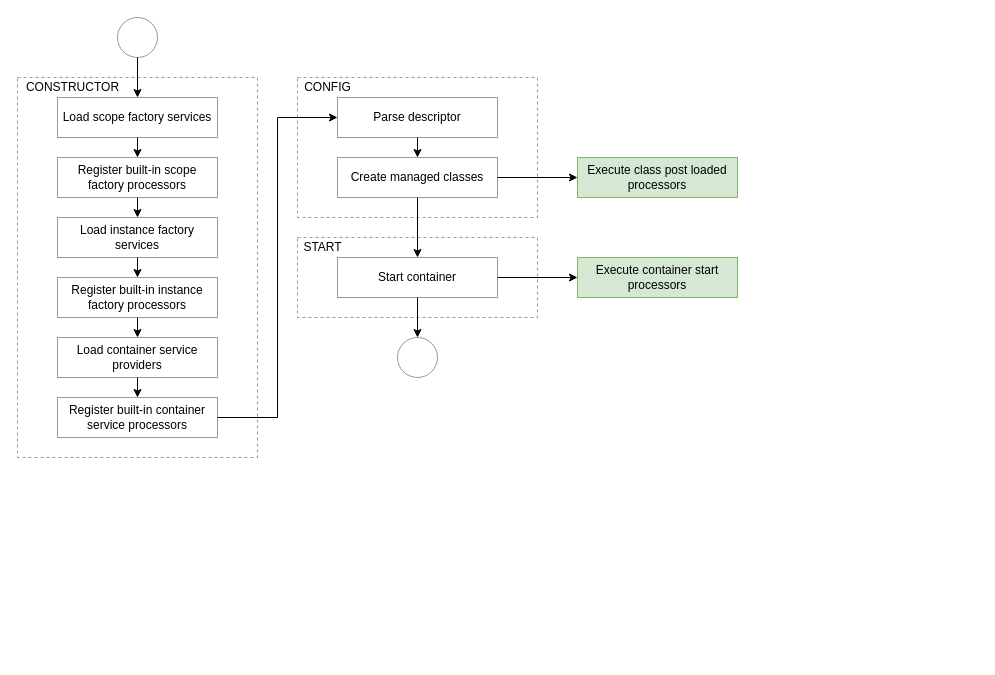
js-lib-com/tiny-container keeps this draw.io diagram as page "Container Start" (5 of 9) of docs/container.drawio. Above is the earlier version. Source tidied: cells renumbered, new cells numbered last; positions are measured from the earlier drawing's top-left corner, leaving out a move shared by most shapes. Both pictures are drawn from the tidied source at 100%, with x=0, y=0 at pixel (17, 17).
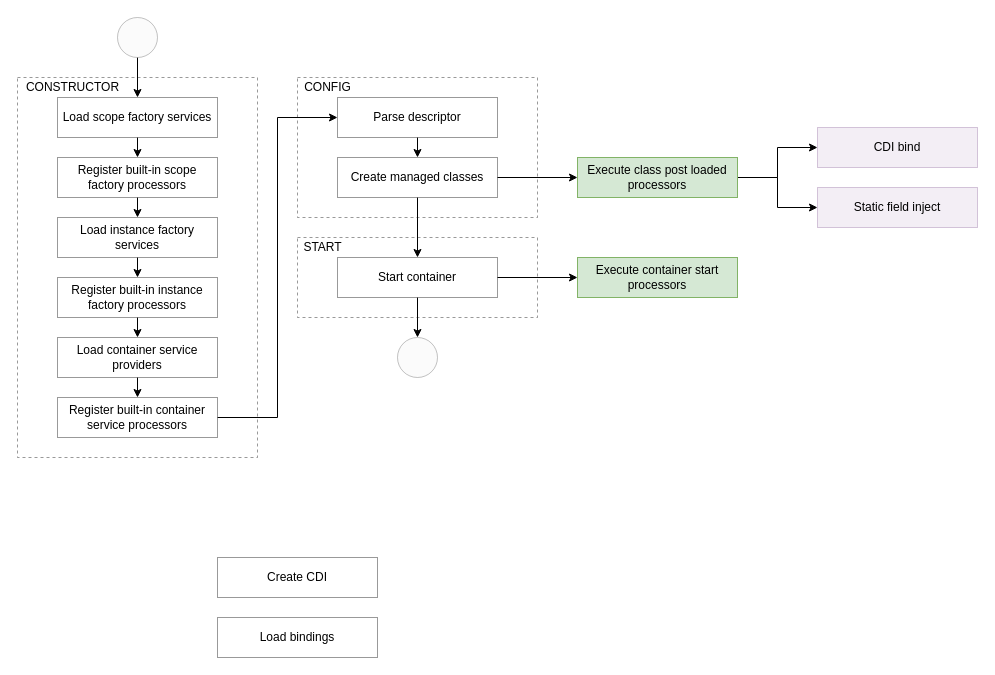
The same page after the edit.

Unchanged cells that the change refers to:
```xml
<mxCell id="24" value="Execute class post loaded processors" style="rounded=0;whiteSpace=wrap;html=1;fillColor=#d5e8d4;strokeColor=#82b366;" parent="1" vertex="1">
  <mxGeometry x="560" y="140" width="160" height="40" as="geometry" />
</mxCell>
```

Change to the diagram source:
```diff
@@
-    <mxCell id="6" style="ellipse;whiteSpace=wrap;html=1;opacity=40;" parent="1" vertex="1">
+    <mxCell id="6" style="ellipse;whiteSpace=wrap;html=1;opacity=40;fillColor=#f5f5f5;strokeColor=#666666;fontColor=#333333;" parent="1" vertex="1">
       <mxGeometry x="100" width="40" height="40" as="geometry" />
     </mxCell>
@@
+    <mxCell id="33" style="edgeStyle=orthogonalEdgeStyle;rounded=0;jettySize=auto;html=1;" parent="1" edge="1" source="24" target="37">
+      <mxGeometry relative="1" as="geometry" />
+    </mxCell>
+    <mxCell id="34" style="edgeStyle=orthogonalEdgeStyle;rounded=0;jettySize=auto;html=1;" parent="1" edge="1" source="24" target="38">
+      <mxGeometry relative="1" as="geometry" />
+    </mxCell>
@@
-    <mxCell id="32" style="ellipse;whiteSpace=wrap;html=1;opacity=40;" parent="1" vertex="1">
+    <mxCell id="32" style="ellipse;whiteSpace=wrap;html=1;opacity=40;fillColor=#f5f5f5;strokeColor=#666666;fontColor=#333333;" parent="1" vertex="1">
       <mxGeometry x="380" y="320" width="40" height="40" as="geometry" />
     </mxCell>
+    <mxCell id="35" value="Create CDI" style="rounded=0;whiteSpace=wrap;html=1;opacity=40;" parent="1" vertex="1">
+      <mxGeometry x="200" y="540" width="160" height="40" as="geometry" />
+    </mxCell>
+    <mxCell id="36" value="Load bindings" style="rounded=0;whiteSpace=wrap;html=1;opacity=40;" parent="1" vertex="1">
+      <mxGeometry x="200" y="600" width="160" height="40" as="geometry" />
+    </mxCell>
+    <mxCell id="37" value="CDI bind" style="rounded=0;whiteSpace=wrap;html=1;opacity=40;fillColor=#e1d5e7;strokeColor=#9673a6;" parent="1" vertex="1">
+      <mxGeometry x="800" y="110" width="160" height="40" as="geometry" />
+    </mxCell>
+    <mxCell id="38" value="Static field inject" style="rounded=0;whiteSpace=wrap;html=1;opacity=40;fillColor=#e1d5e7;strokeColor=#9673a6;" parent="1" vertex="1">
+      <mxGeometry x="800" y="170" width="160" height="40" as="geometry" />
+    </mxCell>
```
